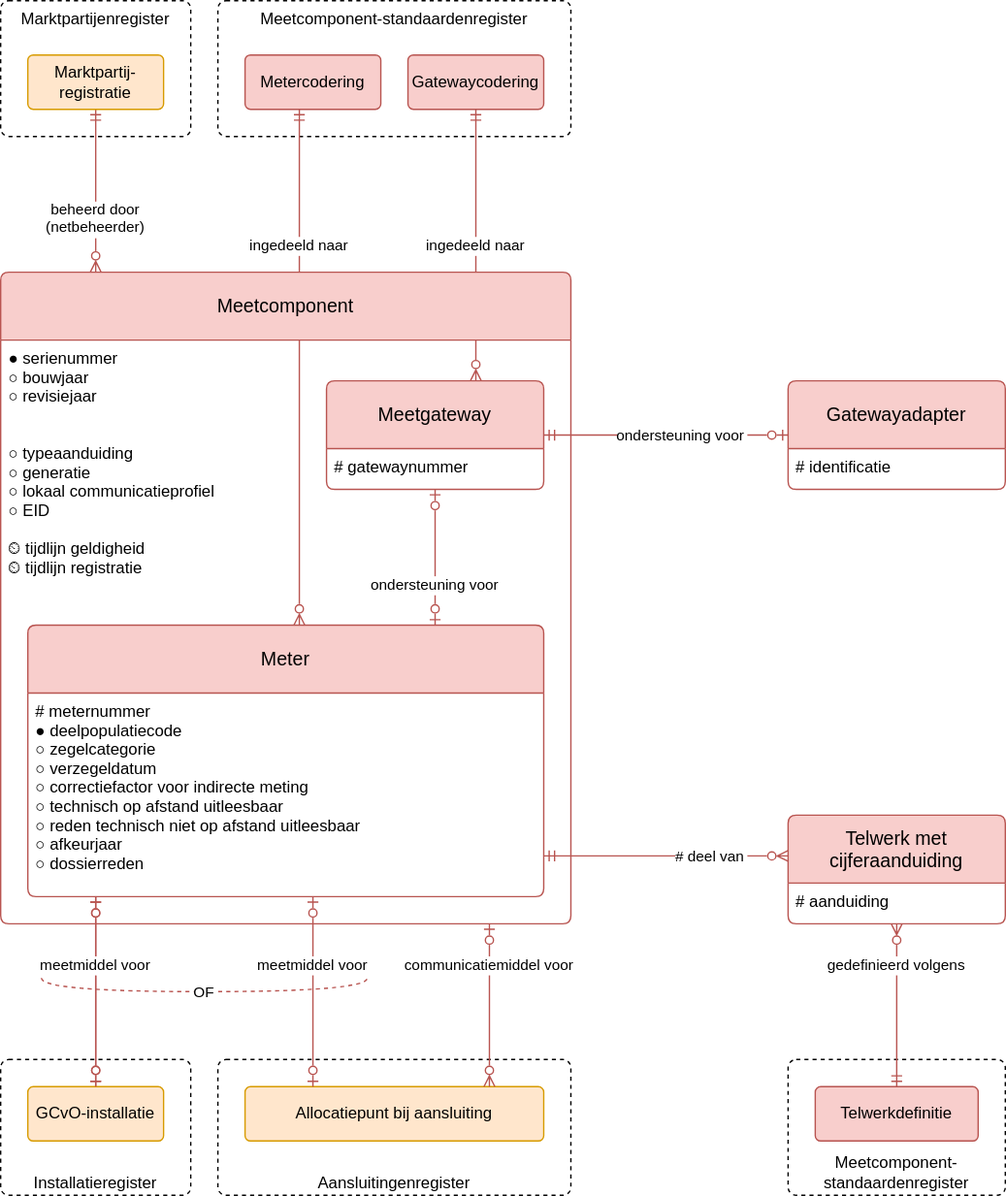
The draw.io diagram registers/meetcomponentenregister/1.0/meetcomponentenregister.drawio.svg in Netbeheer-Nederland/stelsel, before a commit. Source tidied: cells renumbered, new cells last; positions are measured from the earlier drawing's top-left corner, leaving out a move shared by most shapes.
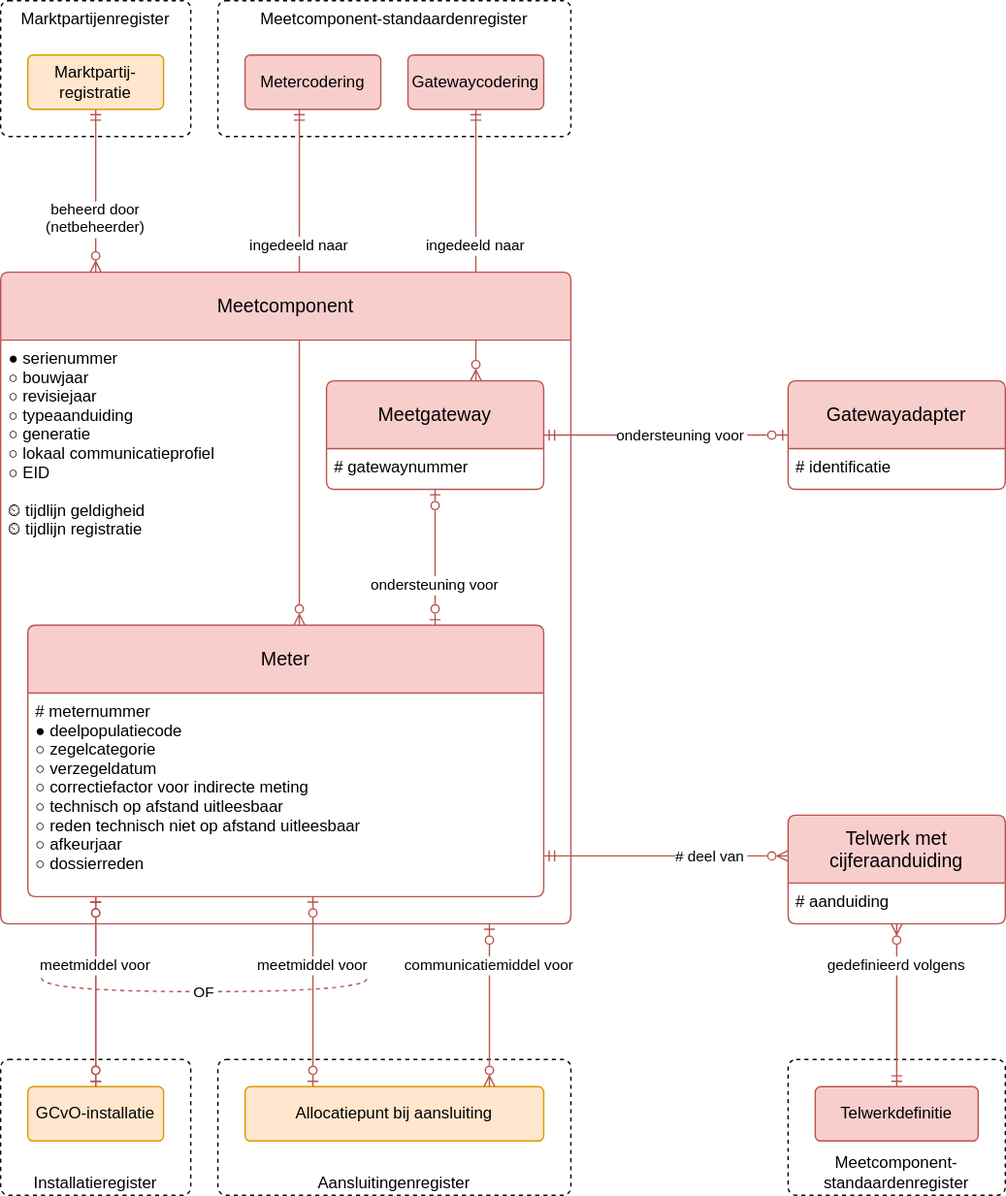
After the commit.

Change to the diagram source:
```diff
@@ -24,7 +24,7 @@
     <mxCell id="7" value="Meetcomponent" style="swimlane;horizontal=1;startSize=50;rounded=1;fontSize=14;fontStyle=0;strokeWidth=1;shadow=0;dashed=0;align=center;fillColor=#f8cecc;strokeColor=#b85450;arcSize=4;whiteSpace=wrap;" parent="1" vertex="1">
       <mxGeometry y="200" width="420" height="480" as="geometry" />
     </mxCell>
-    <mxCell id="8" value="● serienummer&#10;○ bouwjaar&#10;○ revisiejaar&#10;&#10;&#10;○ typeaanduiding&#10;○ generatie&#10;○ lokaal communicatieprofiel&#10;○ EID&#10;&#10;⏲ tijdlijn geldigheid&#10;⏲ tijdlijn registratie" style="align=left;strokeColor=none;fillColor=none;spacingLeft=4;fontSize=12;verticalAlign=top;fontStyle=0;" parent="7" vertex="1">
+    <mxCell id="8" value="● serienummer&#10;○ bouwjaar&#10;○ revisiejaar&#10;○ typeaanduiding&#10;○ generatie&#10;○ lokaal communicatieprofiel&#10;○ EID&#10;&#10;⏲ tijdlijn geldigheid&#10;⏲ tijdlijn registratie" style="align=left;strokeColor=none;fillColor=none;spacingLeft=4;fontSize=12;verticalAlign=top;fontStyle=0;" parent="7" vertex="1">
       <mxGeometry y="50" width="420" height="430" as="geometry" />
     </mxCell>
     <mxCell id="9" value="Aansluitingenregister" style="rounded=1;whiteSpace=wrap;dashed=1;verticalAlign=bottom;arcSize=12;absoluteArcSize=1;" parent="1" vertex="1">
```
